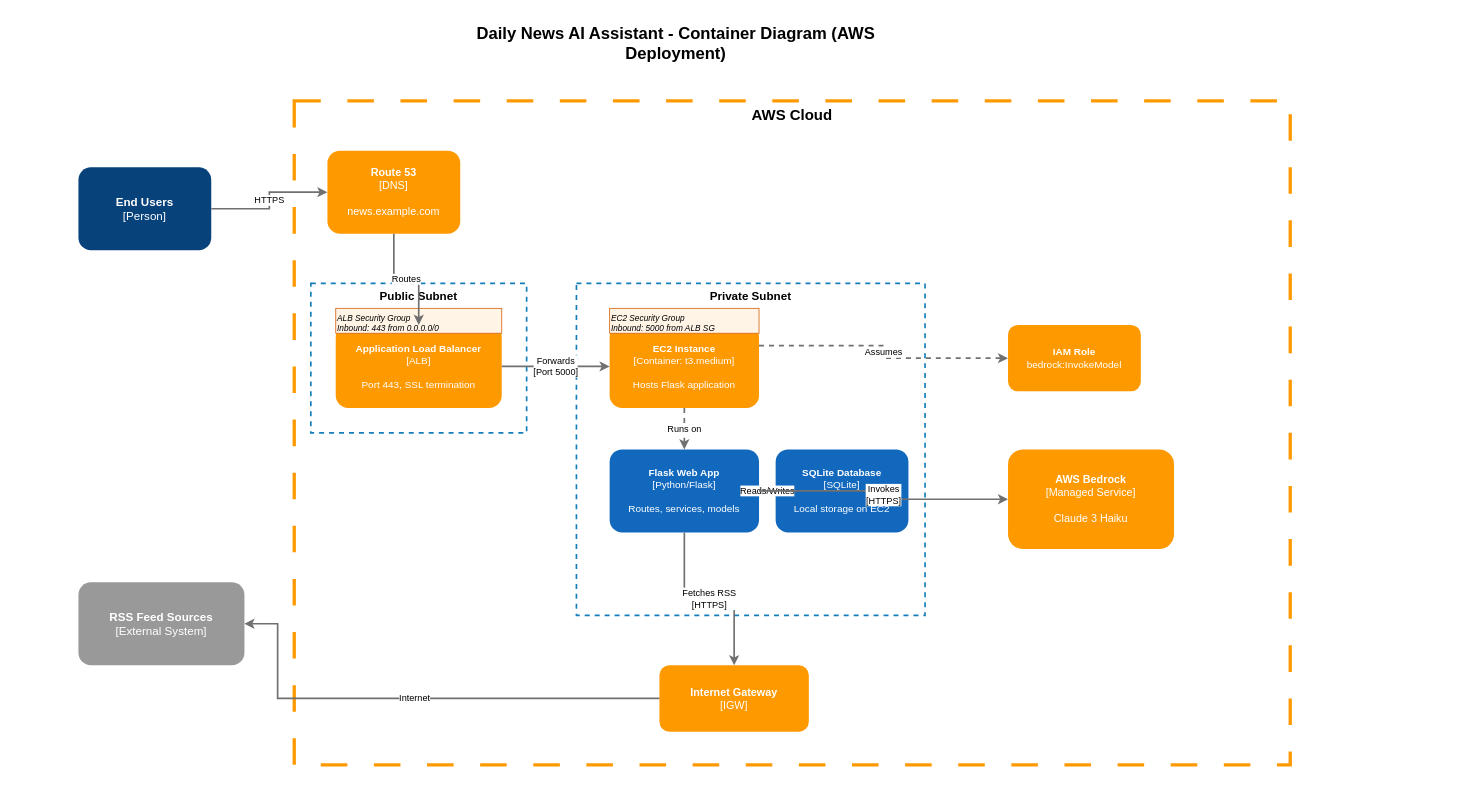
Above: c4-level2-container.drawio in tjblavakumar/RSS_Summarizer (draw.io), before the change. Source tidied: cells renumbered, new cells numbered last; positions are measured from the earlier drawing's top-left corner, leaving out a move shared by most shapes. Both pictures are drawn from the tidied source at 83%, with x=0, y=0 at pixel (78, 26).
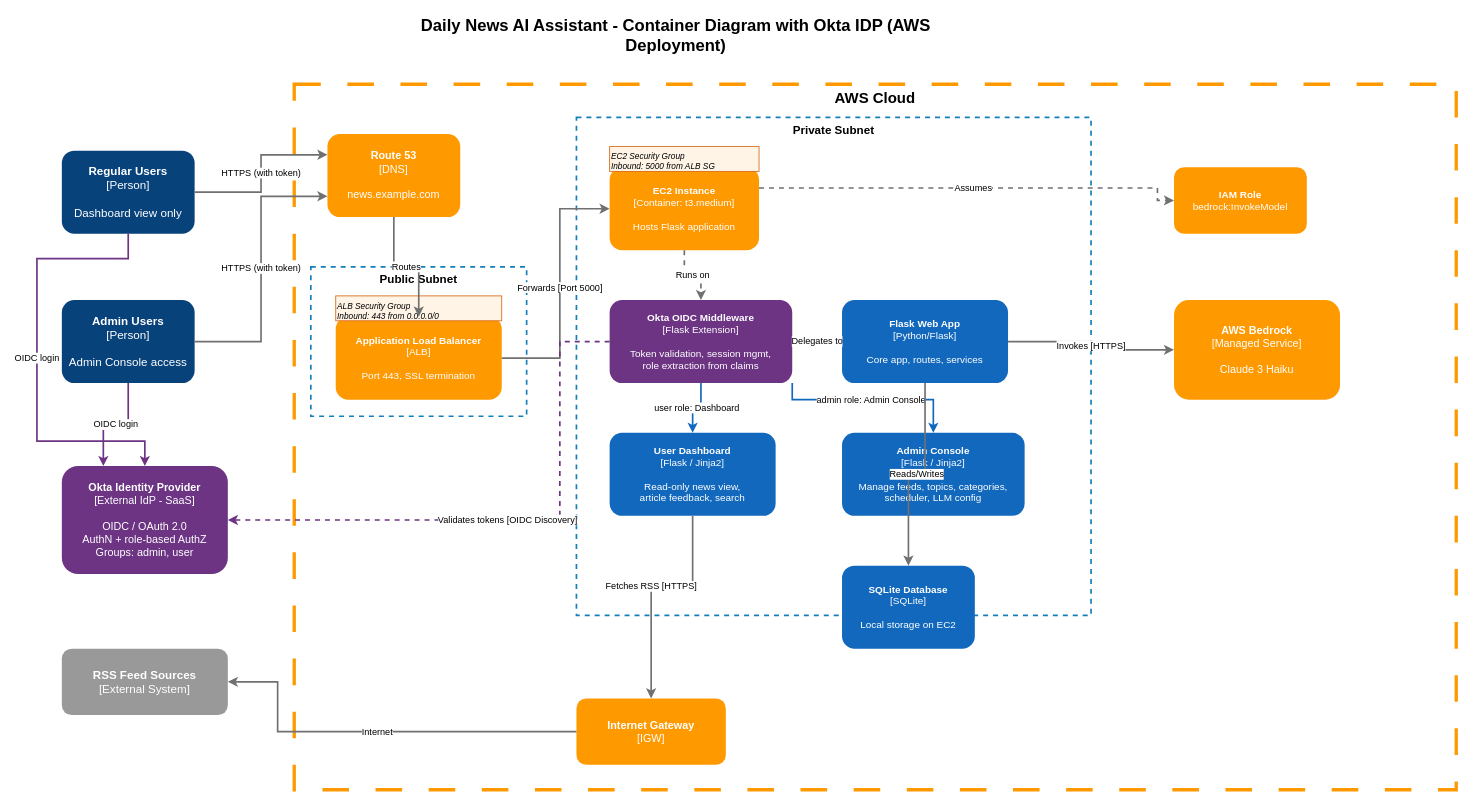
After the change.

Commit message:
Add updated c4-level2-container.drawio with Okta IDP integration

Change to the diagram source:
```diff
@@
-    <mxCell id="2" value="Daily News AI Assistant - Container Diagram (AWS Deployment)" style="text;html=1;strokeColor=none;fillColor=none;align=center;verticalAlign=middle;whiteSpace=wrap;fontSize=20;fontStyle=1;" parent="1" vertex="1">
-      <mxGeometry x="420" width="600" height="40" as="geometry" />
+    <mxCell id="2" value="Daily News AI Assistant - Container Diagram with Okta IDP (AWS Deployment)" style="text;html=1;strokeColor=none;fillColor=none;align=center;verticalAlign=middle;whiteSpace=wrap;fontSize=20;fontStyle=1;" parent="1" vertex="1">
+      <mxGeometry x="370" y="-10" width="700" height="40" as="geometry" />
     </mxCell>
-    <mxCell id="3" value="&lt;b&gt;End Users&lt;/b&gt;&lt;br&gt;[Person]" style="rounded=1;whiteSpace=wrap;html=1;fillColor=#08427B;strokeColor=none;fontColor=#FFFFFF;fontSize=14;" parent="1" vertex="1">
-      <mxGeometry y="170" width="160" height="100" as="geometry" />
-    </mxCell>
+    <mxCell id="27" value="&lt;b&gt;Regular Users&lt;/b&gt;&lt;br&gt;[Person]&lt;br&gt;&lt;br&gt;Dashboard view only" style="rounded=1;whiteSpace=wrap;html=1;fillColor=#08427B;strokeColor=none;fontColor=#FFFFFF;fontSize=14;" parent="1" vertex="1">
+      <mxGeometry x="-20" y="150" width="160" height="100" as="geometry" />
+    </mxCell>
+    <mxCell id="28" value="&lt;b&gt;Admin Users&lt;/b&gt;&lt;br&gt;[Person]&lt;br&gt;&lt;br&gt;Admin Console access" style="rounded=1;whiteSpace=wrap;html=1;fillColor=#08427B;strokeColor=none;fontColor=#FFFFFF;fontSize=14;" parent="1" vertex="1">
+      <mxGeometry x="-20" y="330" width="160" height="100" as="geometry" />
+    </mxCell>
+    <mxCell id="29" value="&lt;b&gt;Okta Identity Provider&lt;/b&gt;&lt;br&gt;[External IdP - SaaS]&lt;br&gt;&lt;br&gt;OIDC / OAuth 2.0&lt;br&gt;AuthN + role-based AuthZ&lt;br&gt;Groups: admin, user" style="rounded=1;whiteSpace=wrap;html=1;fillColor=#6C3483;strokeColor=none;fontColor=#FFFFFF;fontSize=13;" parent="1" vertex="1">
+      <mxGeometry x="-20" y="530" width="200" height="130" as="geometry" />
+    </mxCell>
     <mxCell id="4" value="&lt;b&gt;RSS Feed Sources&lt;/b&gt;&lt;br&gt;[External System]" style="rounded=1;whiteSpace=wrap;html=1;fillColor=#999999;strokeColor=none;fontColor=#FFFFFF;fontSize=14;" parent="1" vertex="1">
-      <mxGeometry y="670" width="200" height="100" as="geometry" />
+      <mxGeometry x="-20" y="750" width="200" height="80" as="geometry" />
     </mxCell>
     <mxCell id="5" value="AWS Cloud" style="rounded=0;whiteSpace=wrap;html=1;fillColor=none;strokeColor=#FF9900;strokeWidth=4;verticalAlign=top;fontSize=18;fontStyle=1;dashed=1;dashPattern=8 8;" parent="1" vertex="1">
-      <mxGeometry x="260" y="90" width="1200" height="800" as="geometry" />
+      <mxGeometry x="260" y="70" width="1400" height="850" as="geometry" />
     </mxCell>
     <mxCell id="6" value="&lt;b&gt;Route 53&lt;/b&gt;&lt;br&gt;[DNS]&lt;br&gt;&lt;br&gt;news.example.com" style="rounded=1;whiteSpace=wrap;html=1;fillColor=#FF9900;strokeColor=none;fontColor=#FFFFFF;fontSize=13;" parent="1" vertex="1">
-      <mxGeometry x="300" y="150" width="160" height="100" as="geometry" />
+      <mxGeometry x="300" y="130" width="160" height="100" as="geometry" />
     </mxCell>
     <mxCell id="7" value="Public Subnet" style="rounded=0;whiteSpace=wrap;html=1;fillColor=none;strokeColor=#147EBA;strokeWidth=2;verticalAlign=top;fontSize=14;fontStyle=1;dashed=1;" parent="1" vertex="1">
-      <mxGeometry x="280" y="310" width="260" height="180" as="geometry" />
+      <mxGeometry x="280" y="290" width="260" height="180" as="geometry" />
     </mxCell>
     <mxCell id="8" value="&lt;b&gt;Application Load Balancer&lt;/b&gt;&lt;br&gt;[ALB]&lt;br&gt;&lt;br&gt;Port 443, SSL termination" style="rounded=1;whiteSpace=wrap;html=1;fillColor=#FF9900;strokeColor=none;fontColor=#FFFFFF;fontSize=12;" parent="1" vertex="1">
-      <mxGeometry x="310" y="360" width="200" height="100" as="geometry" />
+      <mxGeometry x="310" y="350" width="200" height="100" as="geometry" />
     </mxCell>
     <mxCell id="9" value="ALB Security Group&lt;br&gt;Inbound: 443 from 0.0.0.0/0" style="text;html=1;strokeColor=#D86613;fillColor=#FFF4E6;align=left;verticalAlign=top;whiteSpace=wrap;fontSize=10;fontStyle=2;" parent="1" vertex="1">
-      <mxGeometry x="310" y="340" width="200" height="30" as="geometry" />
+      <mxGeometry x="310" y="325" width="200" height="30" as="geometry" />
     </mxCell>
     <mxCell id="10" value="Private Subnet" style="rounded=0;whiteSpace=wrap;html=1;fillColor=none;strokeColor=#147EBA;strokeWidth=2;verticalAlign=top;fontSize=14;fontStyle=1;dashed=1;" parent="1" vertex="1">
-      <mxGeometry x="600" y="310" width="420" height="400" as="geometry" />
+      <mxGeometry x="600" y="110" width="620" height="600" as="geometry" />
     </mxCell>
     <mxCell id="11" value="&lt;b&gt;EC2 Instance&lt;/b&gt;&lt;br&gt;[Container: t3.medium]&lt;br&gt;&lt;br&gt;Hosts Flask application" style="rounded=1;whiteSpace=wrap;html=1;fillColor=#FF9900;strokeColor=none;fontColor=#FFFFFF;fontSize=12;" parent="1" vertex="1">
-      <mxGeometry x="640" y="360" width="180" height="100" as="geometry" />
+      <mxGeometry x="640" y="170" width="180" height="100" as="geometry" />
     </mxCell>
     <mxCell id="12" value="EC2 Security Group&lt;br&gt;Inbound: 5000 from ALB SG" style="text;html=1;strokeColor=#D86613;fillColor=#FFF4E6;align=left;verticalAlign=top;whiteSpace=wrap;fontSize=10;fontStyle=2;" parent="1" vertex="1">
-      <mxGeometry x="640" y="340" width="180" height="30" as="geometry" />
+      <mxGeometry x="640" y="145" width="180" height="30" as="geometry" />
     </mxCell>
+    <mxCell id="30" value="&lt;b&gt;Okta OIDC Middleware&lt;/b&gt;&lt;br&gt;[Flask Extension]&lt;br&gt;&lt;br&gt;Token validation, session mgmt,&lt;br&gt;role extraction from claims" style="rounded=1;whiteSpace=wrap;html=1;fillColor=#6C3483;strokeColor=none;fontColor=#FFFFFF;fontSize=12;" parent="1" vertex="1">
+      <mxGeometry x="640" y="330" width="220" height="100" as="geometry" />
+    </mxCell>
+    <mxCell id="31" value="&lt;b&gt;User Dashboard&lt;/b&gt;&lt;br&gt;[Flask / Jinja2]&lt;br&gt;&lt;br&gt;Read-only news view,&lt;br&gt;article feedback, search" style="rounded=1;whiteSpace=wrap;html=1;fillColor=#1168BD;strokeColor=none;fontColor=#FFFFFF;fontSize=12;" parent="1" vertex="1">
+      <mxGeometry x="640" y="490" width="200" height="100" as="geometry" />
+    </mxCell>
+    <mxCell id="32" value="&lt;b&gt;Admin Console&lt;/b&gt;&lt;br&gt;[Flask / Jinja2]&lt;br&gt;&lt;br&gt;Manage feeds, topics, categories,&lt;br&gt;scheduler, LLM config" style="rounded=1;whiteSpace=wrap;html=1;fillColor=#1168BD;strokeColor=none;fontColor=#FFFFFF;fontSize=12;" parent="1" vertex="1">
+      <mxGeometry x="920" y="490" width="220" height="100" as="geometry" />
+    </mxCell>
-    <mxCell id="13" value="&lt;b&gt;Flask Web App&lt;/b&gt;&lt;br&gt;[Python/Flask]&lt;br&gt;&lt;br&gt;Routes, services, models" style="rounded=1;whiteSpace=wrap;html=1;fillColor=#1168BD;strokeColor=none;fontColor=#FFFFFF;fontSize=12;" parent="1" vertex="1">
-      <mxGeometry x="640" y="510" width="180" height="100" as="geometry" />
+    <mxCell id="13" value="&lt;b&gt;Flask Web App&lt;/b&gt;&lt;br&gt;[Python/Flask]&lt;br&gt;&lt;br&gt;Core app, routes, services" style="rounded=1;whiteSpace=wrap;html=1;fillColor=#1168BD;strokeColor=none;fontColor=#FFFFFF;fontSize=12;" parent="1" vertex="1">
+      <mxGeometry x="920" y="330" width="200" height="100" as="geometry" />
     </mxCell>
     <mxCell id="14" value="&lt;b&gt;SQLite Database&lt;/b&gt;&lt;br&gt;[SQLite]&lt;br&gt;&lt;br&gt;Local storage on EC2" style="rounded=1;whiteSpace=wrap;html=1;fillColor=#1168BD;strokeColor=none;fontColor=#FFFFFF;fontSize=12;" parent="1" vertex="1">
-      <mxGeometry x="840" y="510" width="160" height="100" as="geometry" />
+      <mxGeometry x="920" y="650" width="160" height="100" as="geometry" />
     </mxCell>
     <mxCell id="15" value="&lt;b&gt;Internet Gateway&lt;/b&gt;&lt;br&gt;[IGW]" style="rounded=1;whiteSpace=wrap;html=1;fillColor=#FF9900;strokeColor=none;fontColor=#FFFFFF;fontSize=13;" parent="1" vertex="1">
-      <mxGeometry x="700" y="770" width="180" height="80" as="geometry" />
+      <mxGeometry x="600" y="810" width="180" height="80" as="geometry" />
     </mxCell>
     <mxCell id="16" value="&lt;b&gt;AWS Bedrock&lt;/b&gt;&lt;br&gt;[Managed Service]&lt;br&gt;&lt;br&gt;Claude 3 Haiku" style="rounded=1;whiteSpace=wrap;html=1;fillColor=#FF9900;strokeColor=none;fontColor=#FFFFFF;fontSize=13;" parent="1" vertex="1">
-      <mxGeometry x="1120" y="510" width="200" height="120" as="geometry" />
+      <mxGeometry x="1320" y="330" width="200" height="120" as="geometry" />
     </mxCell>
     <mxCell id="17" value="&lt;b&gt;IAM Role&lt;/b&gt;&lt;br&gt;bedrock:InvokeModel" style="rounded=1;whiteSpace=wrap;html=1;fillColor=#FF9900;strokeColor=none;fontColor=#FFFFFF;fontSize=12;" parent="1" vertex="1">
-      <mxGeometry x="1120" y="360" width="160" height="80" as="geometry" />
+      <mxGeometry x="1320" y="170" width="160" height="80" as="geometry" />
     </mxCell>
-    <mxCell id="18" value="HTTPS" style="edgeStyle=orthogonalEdgeStyle;rounded=0;jettySize=auto;html=1;exitX=1;exitY=0.5;entryX=0;entryY=0.5;fontSize=11;strokeWidth=2;strokeColor=#707070;" parent="1" edge="1" source="3" target="6">
-      <mxGeometry relative="1" as="geometry" />
-    </mxCell>
+    <mxCell id="33" value="OIDC login" style="edgeStyle=orthogonalEdgeStyle;rounded=0;jettySize=auto;html=1;exitX=0.5;exitY=1;entryX=0.5;entryY=0;fontSize=11;strokeWidth=2;strokeColor=#6C3483;" parent="1" edge="1" source="27" target="29">
+      <mxGeometry relative="1" as="geometry">
+        <Array as="points">
+          <mxPoint x="60" y="280" />
+          <mxPoint x="-50" y="280" />
+          <mxPoint x="-50" y="500" />
+          <mxPoint x="80" y="500" />
+        </Array>
+      </mxGeometry>
+    </mxCell>
+    <mxCell id="34" value="OIDC login" style="edgeStyle=orthogonalEdgeStyle;rounded=0;jettySize=auto;html=1;exitX=0.5;exitY=1;entryX=0.25;entryY=0;fontSize=11;strokeWidth=2;strokeColor=#6C3483;" parent="1" edge="1" source="28" target="29">
+      <mxGeometry relative="1" as="geometry" />
+    </mxCell>
+    <mxCell id="35" value="HTTPS (with token)" style="edgeStyle=orthogonalEdgeStyle;rounded=0;jettySize=auto;html=1;exitX=1;exitY=0.5;entryX=0;entryY=0.25;fontSize=11;strokeWidth=2;strokeColor=#707070;" parent="1" edge="1" source="27" target="6">
+      <mxGeometry relative="1" as="geometry" />
+    </mxCell>
+    <mxCell id="36" value="HTTPS (with token)" style="edgeStyle=orthogonalEdgeStyle;rounded=0;jettySize=auto;html=1;exitX=1;exitY=0.5;entryX=0;entryY=0.75;fontSize=11;strokeWidth=2;strokeColor=#707070;" parent="1" edge="1" source="28" target="6">
+      <mxGeometry relative="1" as="geometry">
+        <Array as="points">
+          <mxPoint x="220" y="380" />
+          <mxPoint x="220" y="205" />
+        </Array>
+      </mxGeometry>
+    </mxCell>
@@
-    <mxCell id="20" value="Forwards&lt;br&gt;[Port 5000]" style="edgeStyle=orthogonalEdgeStyle;rounded=0;jettySize=auto;html=1;exitX=1;exitY=0.5;entryX=0;entryY=0.5;fontSize=11;strokeWidth=2;strokeColor=#707070;" parent="1" edge="1" source="8" target="11">
-      <mxGeometry relative="1" as="geometry" />
+    <mxCell id="20" value="Forwards [Port 5000]" style="edgeStyle=orthogonalEdgeStyle;rounded=0;jettySize=auto;html=1;exitX=1;exitY=0.5;entryX=0;entryY=0.5;fontSize=11;strokeWidth=2;strokeColor=#707070;" parent="1" edge="1" source="8" target="11">
+      <mxGeometry relative="1" as="geometry">
+        <Array as="points">
+          <mxPoint x="580" y="400" />
+          <mxPoint x="580" y="220" />
+        </Array>
+      </mxGeometry>
     </mxCell>
-    <mxCell id="21" value="Runs on" style="edgeStyle=orthogonalEdgeStyle;rounded=0;jettySize=auto;html=1;exitX=0.5;exitY=1;entryX=0.5;entryY=0;fontSize=11;strokeWidth=2;strokeColor=#707070;dashed=1;" parent="1" edge="1" source="11" target="13">
+    <mxCell id="21" value="Runs on" style="edgeStyle=orthogonalEdgeStyle;rounded=0;jettySize=auto;html=1;exitX=0.5;exitY=1;entryX=0.5;entryY=0;fontSize=11;strokeWidth=2;strokeColor=#707070;dashed=1;" parent="1" edge="1" source="11" target="30">
       <mxGeometry relative="1" as="geometry" />
     </mxCell>
+    <mxCell id="37" value="Validates tokens [OIDC Discovery]" style="edgeStyle=orthogonalEdgeStyle;rounded=0;jettySize=auto;html=1;exitX=0;exitY=0.5;entryX=1;entryY=0.5;fontSize=11;strokeWidth=2;strokeColor=#6C3483;dashed=1;" parent="1" edge="1" source="30" target="29">
+      <mxGeometry relative="1" as="geometry">
+        <Array as="points">
+          <mxPoint x="580" y="380" />
+          <mxPoint x="580" y="595" />
+        </Array>
+      </mxGeometry>
+    </mxCell>
+    <mxCell id="38" value="user role: Dashboard" style="edgeStyle=orthogonalEdgeStyle;rounded=0;jettySize=auto;html=1;exitX=0.5;exitY=1;entryX=0.5;entryY=0;fontSize=11;strokeWidth=2;strokeColor=#1168BD;" parent="1" edge="1" source="30" target="31">
+      <mxGeometry relative="1" as="geometry" />
+    </mxCell>
+    <mxCell id="39" value="admin role: Admin Console" style="edgeStyle=orthogonalEdgeStyle;rounded=0;jettySize=auto;html=1;exitX=1;exitY=1;entryX=0.5;entryY=0;fontSize=11;strokeWidth=2;strokeColor=#1168BD;" parent="1" edge="1" source="30" target="32">
+      <mxGeometry relative="1" as="geometry">
+        <Array as="points">
+          <mxPoint x="860" y="450" />
+          <mxPoint x="1030" y="450" />
+        </Array>
+      </mxGeometry>
+    </mxCell>
+    <mxCell id="40" value="Delegates to" style="edgeStyle=orthogonalEdgeStyle;rounded=0;jettySize=auto;html=1;exitX=1;exitY=0.5;entryX=0;entryY=0.5;fontSize=11;strokeWidth=2;strokeColor=#707070;" parent="1" edge="1" source="30" target="13">
+      <mxGeometry relative="1" as="geometry" />
+    </mxCell>
-    <mxCell id="22" value="Reads/Writes" style="edgeStyle=orthogonalEdgeStyle;rounded=0;jettySize=auto;html=1;exitX=1;exitY=0.5;entryX=0;entryY=0.5;fontSize=11;strokeWidth=2;strokeColor=#707070;" parent="1" edge="1" source="13" target="14">
+    <mxCell id="22" value="Reads/Writes" style="edgeStyle=orthogonalEdgeStyle;rounded=0;jettySize=auto;html=1;exitX=0.5;exitY=1;entryX=0.5;entryY=0;fontSize=11;strokeWidth=2;strokeColor=#707070;" parent="1" edge="1" source="13" target="14">
       <mxGeometry relative="1" as="geometry" />
     </mxCell>
     <mxCell id="23" value="Assumes" style="edgeStyle=orthogonalEdgeStyle;rounded=0;jettySize=auto;html=1;exitX=1;exitY=0.25;entryX=0;entryY=0.5;fontSize=11;strokeWidth=2;strokeColor=#707070;dashed=1;" parent="1" edge="1" source="11" target="17">
-      <mxGeometry relative="1" as="geometry" />
+      <mxGeometry relative="1" as="geometry">
+        <Array as="points">
+          <mxPoint x="1300" y="195" />
+          <mxPoint x="1300" y="210" />
+        </Array>
+      </mxGeometry>
     </mxCell>
-    <mxCell id="24" value="Invokes&lt;br&gt;[HTTPS]" style="edgeStyle=orthogonalEdgeStyle;rounded=0;jettySize=auto;html=1;exitX=1;exitY=0.5;entryX=0;entryY=0.5;fontSize=11;strokeWidth=2;strokeColor=#707070;" parent="1" edge="1" source="13" target="16">
+    <mxCell id="24" value="Invokes [HTTPS]" style="edgeStyle=orthogonalEdgeStyle;rounded=0;jettySize=auto;html=1;exitX=1;exitY=0.5;entryX=0;entryY=0.5;fontSize=11;strokeWidth=2;strokeColor=#707070;" parent="1" edge="1" source="13" target="16">
       <mxGeometry relative="1" as="geometry" />
     </mxCell>
-    <mxCell id="25" value="Fetches RSS&lt;br&gt;[HTTPS]" style="edgeStyle=orthogonalEdgeStyle;rounded=0;jettySize=auto;html=1;exitX=0.5;exitY=1;entryX=0.5;entryY=0;fontSize=11;strokeWidth=2;strokeColor=#707070;" parent="1" edge="1" source="13" target="15">
+    <mxCell id="25" value="Fetches RSS [HTTPS]" style="edgeStyle=orthogonalEdgeStyle;rounded=0;jettySize=auto;html=1;exitX=0.5;exitY=1;entryX=0.5;entryY=0;fontSize=11;strokeWidth=2;strokeColor=#707070;" parent="1" edge="1" source="31" target="15">
       <mxGeometry relative="1" as="geometry">
         <Array as="points">
-          <mxPoint x="730" y="690" />
-          <mxPoint x="790" y="690" />
+          <mxPoint x="740" y="670" />
+          <mxPoint x="690" y="670" />
         </Array>
       </mxGeometry>
     </mxCell>
     <mxCell id="26" value="Internet" style="edgeStyle=orthogonalEdgeStyle;rounded=0;jettySize=auto;html=1;exitX=0;exitY=0.5;entryX=1;entryY=0.5;fontSize=11;strokeWidth=2;strokeColor=#707070;" parent="1" edge="1" source="15" target="4">
       <mxGeometry relative="1" as="geometry">
         <Array as="points">
-          <mxPoint x="240" y="810" />
-          <mxPoint x="240" y="720" />
+          <mxPoint x="240" y="850" />
+          <mxPoint x="240" y="790" />
         </Array>
       </mxGeometry>
     </mxCell>
```
